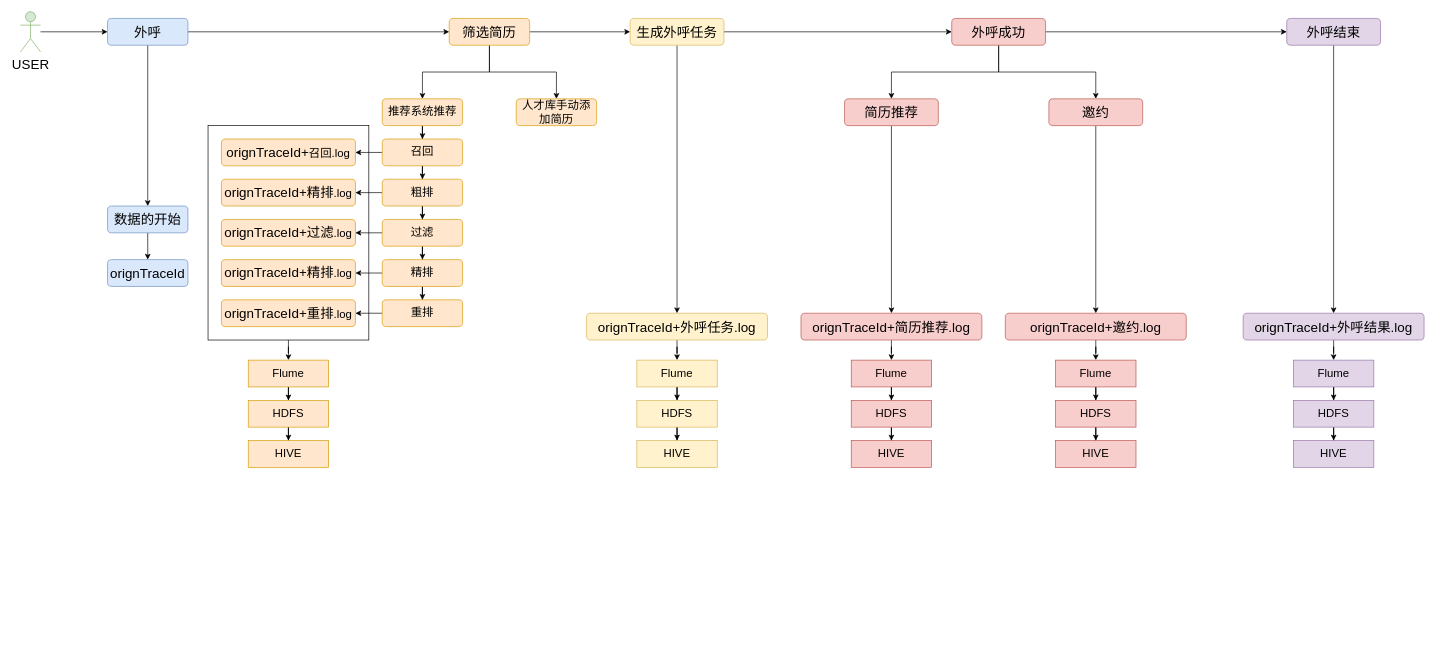
LuOyEbY/draw-b keeps this draw.io diagram as 数据串联.drawio. Above is the earlier version. Source tidied: cells renumbered, new cells numbered last; positions are measured from the earlier drawing's top-left corner, leaving out a move shared by most shapes. Both pictures are drawn from the tidied source at 67%, with x=0, y=0 at pixel (20, 11).
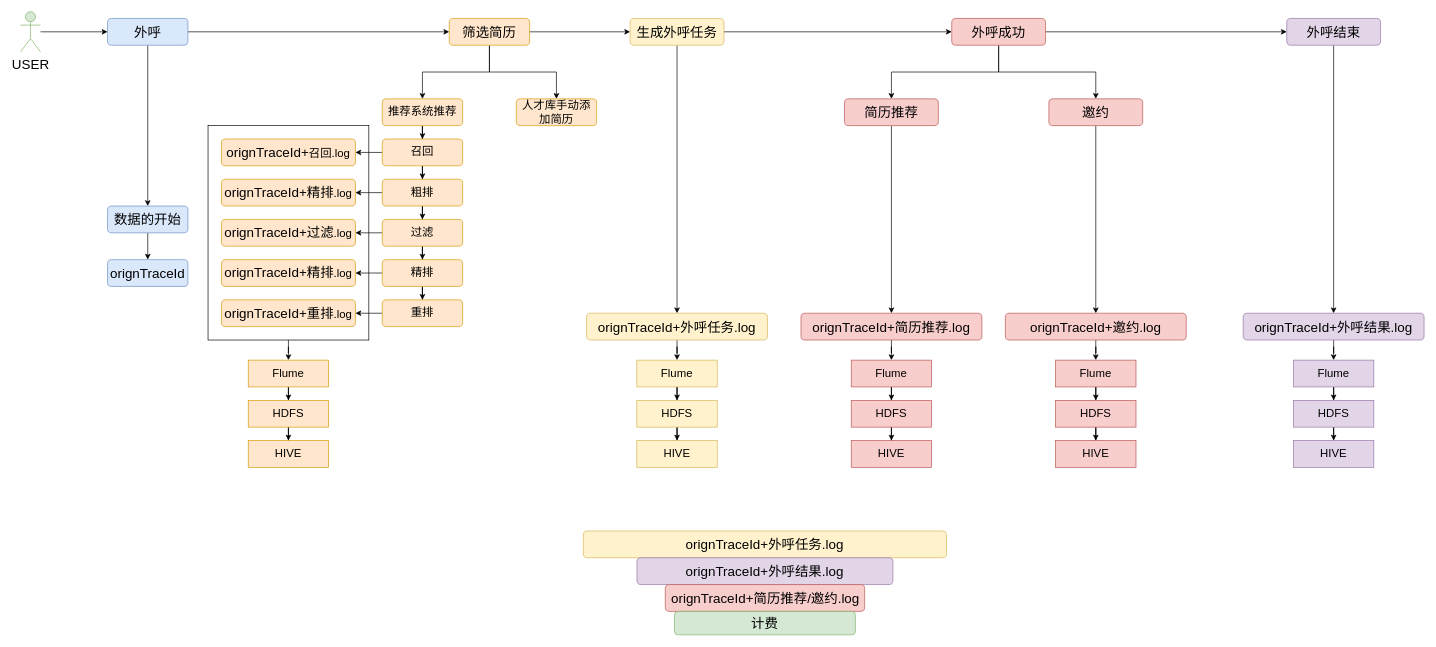
The same page after the edit.

Commit message (it also covers changes not shown here):
更新数据串联.drawio

Change to the diagram source:
```diff
@@
+    <mxCell id="84" value="orignTraceId+外呼任务.log" style="rounded=1;whiteSpace=wrap;html=1;fontSize=20;fillColor=#fff2cc;strokeColor=#d6b656;" parent="1" vertex="1">
+      <mxGeometry x="840.2" y="775" width="542" height="40" as="geometry" />
+    </mxCell>
+    <mxCell id="85" value="orignTraceId+外呼结果.log" style="rounded=1;whiteSpace=wrap;html=1;fontSize=20;fillColor=#e1d5e7;strokeColor=#9673a6;" parent="1" vertex="1">
+      <mxGeometry x="920.2" y="815" width="382" height="40" as="geometry" />
+    </mxCell>
+    <mxCell id="86" value="orignTraceId+简历推荐/邀约.log" style="rounded=1;whiteSpace=wrap;html=1;fontSize=20;fillColor=#f8cecc;strokeColor=#b85450;" parent="1" vertex="1">
+      <mxGeometry x="962.5" y="855" width="297.5" height="40" as="geometry" />
+    </mxCell>
+    <mxCell id="87" value="计费" style="rounded=1;whiteSpace=wrap;html=1;fontSize=20;fillColor=#d5e8d4;strokeColor=#82b366;" parent="1" vertex="1">
+      <mxGeometry x="976.2" y="895" width="270" height="35" as="geometry" />
+    </mxCell>
```
